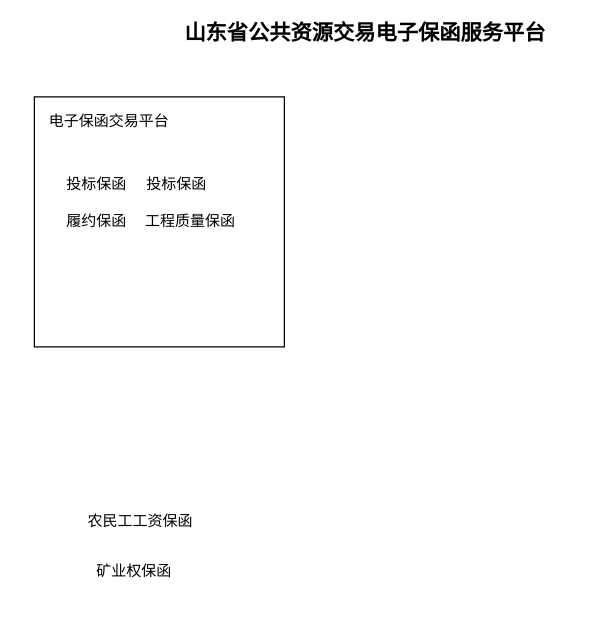
Before: Untitled Diagram.drawio in hyk95/git, a draw.io diagram. Source tidied: cells renumbered, new cells numbered last; positions are measured from the earlier drawing's top-left corner, leaving out a move shared by most shapes. Both pictures are drawn from the tidied source at 125%, with x=0, y=0 at pixel (34, 21).
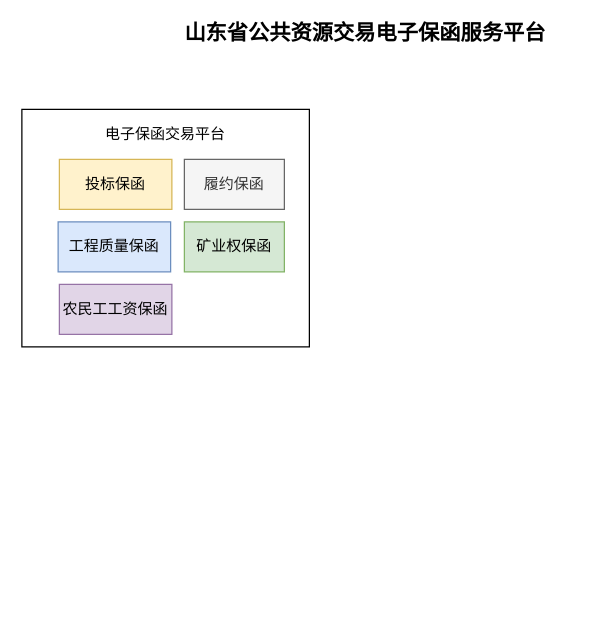
After the change.

Diff of the diagram source:
```diff
@@
 <mxGraphModel>
   <root>
     <mxCell id="0" />
     <mxCell id="1" parent="0" />
+    <mxCell id="11" style="rounded=0;whiteSpace=wrap;html=1;" parent="1" vertex="1">
+      <mxGeometry x="-10" y="70" width="230" height="190" as="geometry" />
+    </mxCell>
     <mxCell id="2" value="&lt;b&gt;&lt;font style=&quot;font-size: 17px&quot;&gt;山东省公共资源交易电子保函服务平台&lt;/font&gt;&lt;/b&gt;" style="text;html=1;strokeColor=none;fillColor=none;align=center;verticalAlign=middle;whiteSpace=wrap;rounded=0;" parent="1" vertex="1">
       <mxGeometry x="95" width="340" height="20" as="geometry" />
     </mxCell>
-    <mxCell id="3" style="whiteSpace=wrap;html=1;" parent="1" vertex="1">
-      <mxGeometry y="60" width="200" height="200" as="geometry" />
-    </mxCell>
     <mxCell id="4" value="电子保函交易平台" style="text;html=1;strokeColor=none;fillColor=none;align=center;verticalAlign=middle;whiteSpace=wrap;rounded=0;" parent="1" vertex="1">
-      <mxGeometry x="10" y="70" width="100" height="20" as="geometry" />
+      <mxGeometry x="55" y="80" width="100" height="20" as="geometry" />
     </mxCell>
-    <mxCell id="5" value="矿业权保函" style="text;html=1;strokeColor=none;fillColor=none;align=center;verticalAlign=middle;whiteSpace=wrap;rounded=0;" parent="1" vertex="1">
-      <mxGeometry x="40" y="420" width="80" height="40" as="geometry" />
+    <mxCell id="5" value="矿业权保函" style="text;html=1;strokeColor=#82b366;fillColor=#d5e8d4;align=center;verticalAlign=middle;whiteSpace=wrap;rounded=0;" parent="1" vertex="1">
+      <mxGeometry x="120" y="160" width="80" height="40" as="geometry" />
     </mxCell>
-    <mxCell id="6" value="履约保函" style="text;html=1;strokeColor=none;fillColor=none;align=center;verticalAlign=middle;whiteSpace=wrap;rounded=0;" parent="1" vertex="1">
-      <mxGeometry x="20" y="140" width="60" height="40" as="geometry" />
+    <mxCell id="6" value="履约保函" style="text;html=1;strokeColor=#666666;fillColor=#f5f5f5;align=center;verticalAlign=middle;whiteSpace=wrap;rounded=0;fontColor=#333333;" parent="1" vertex="1">
+      <mxGeometry x="120" y="110" width="80" height="40" as="geometry" />
     </mxCell>
-    <mxCell id="7" value="投标保函" style="text;html=1;strokeColor=none;fillColor=none;align=center;verticalAlign=middle;whiteSpace=wrap;rounded=0;" parent="1" vertex="1">
-      <mxGeometry x="20" y="110" width="60" height="40" as="geometry" />
+    <mxCell id="7" value="投标保函" style="text;html=1;strokeColor=#d6b656;fillColor=#fff2cc;align=center;verticalAlign=middle;whiteSpace=wrap;rounded=0;" parent="1" vertex="1">
+      <mxGeometry x="20" y="110" width="90" height="40" as="geometry" />
     </mxCell>
-    <mxCell id="8" value="工程质量保函" style="text;html=1;strokeColor=none;fillColor=none;align=center;verticalAlign=middle;whiteSpace=wrap;rounded=0;" parent="1" vertex="1">
-      <mxGeometry x="80" y="140" width="90" height="40" as="geometry" />
+    <mxCell id="8" value="工程质量保函" style="text;html=1;strokeColor=#6c8ebf;fillColor=#dae8fc;align=center;verticalAlign=middle;whiteSpace=wrap;rounded=0;" parent="1" vertex="1">
+      <mxGeometry x="19" y="160" width="90" height="40" as="geometry" />
     </mxCell>
-    <mxCell id="9" value="农民工工资保函" style="text;html=1;strokeColor=none;fillColor=none;align=center;verticalAlign=middle;whiteSpace=wrap;rounded=0;" parent="1" vertex="1">
-      <mxGeometry x="40" y="380" width="90" height="40" as="geometry" />
+    <mxCell id="9" value="农民工工资保函" style="text;html=1;strokeColor=#9673a6;fillColor=#e1d5e7;align=center;verticalAlign=middle;whiteSpace=wrap;rounded=0;" parent="1" vertex="1">
+      <mxGeometry x="20" y="210" width="90" height="40" as="geometry" />
     </mxCell>
-    <mxCell id="10" value="投标保函" style="text;html=1;strokeColor=none;fillColor=none;align=center;verticalAlign=middle;whiteSpace=wrap;rounded=0;" parent="1" vertex="1">
-      <mxGeometry x="84" y="110" width="60" height="40" as="geometry" />
-    </mxCell>
   </root>
 </mxGraphModel>
```
